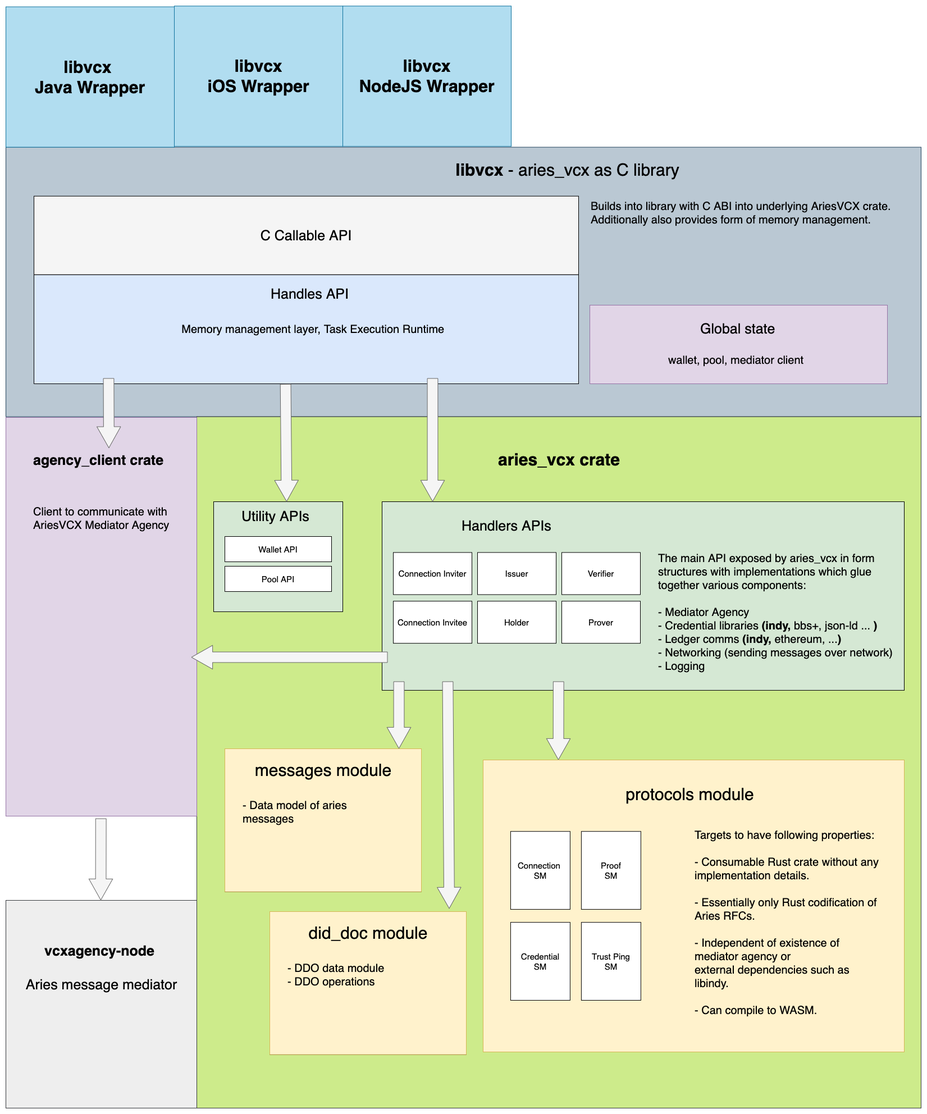
Above: docs/architecture/ariesvcx_architecture_now_150922.png in hyperledger/aries-vcx (draw.io), before the change. Source tidied: cells renumbered, new cells last; positions are measured from the earlier drawing's top-left corner, leaving out a move shared by most shapes.
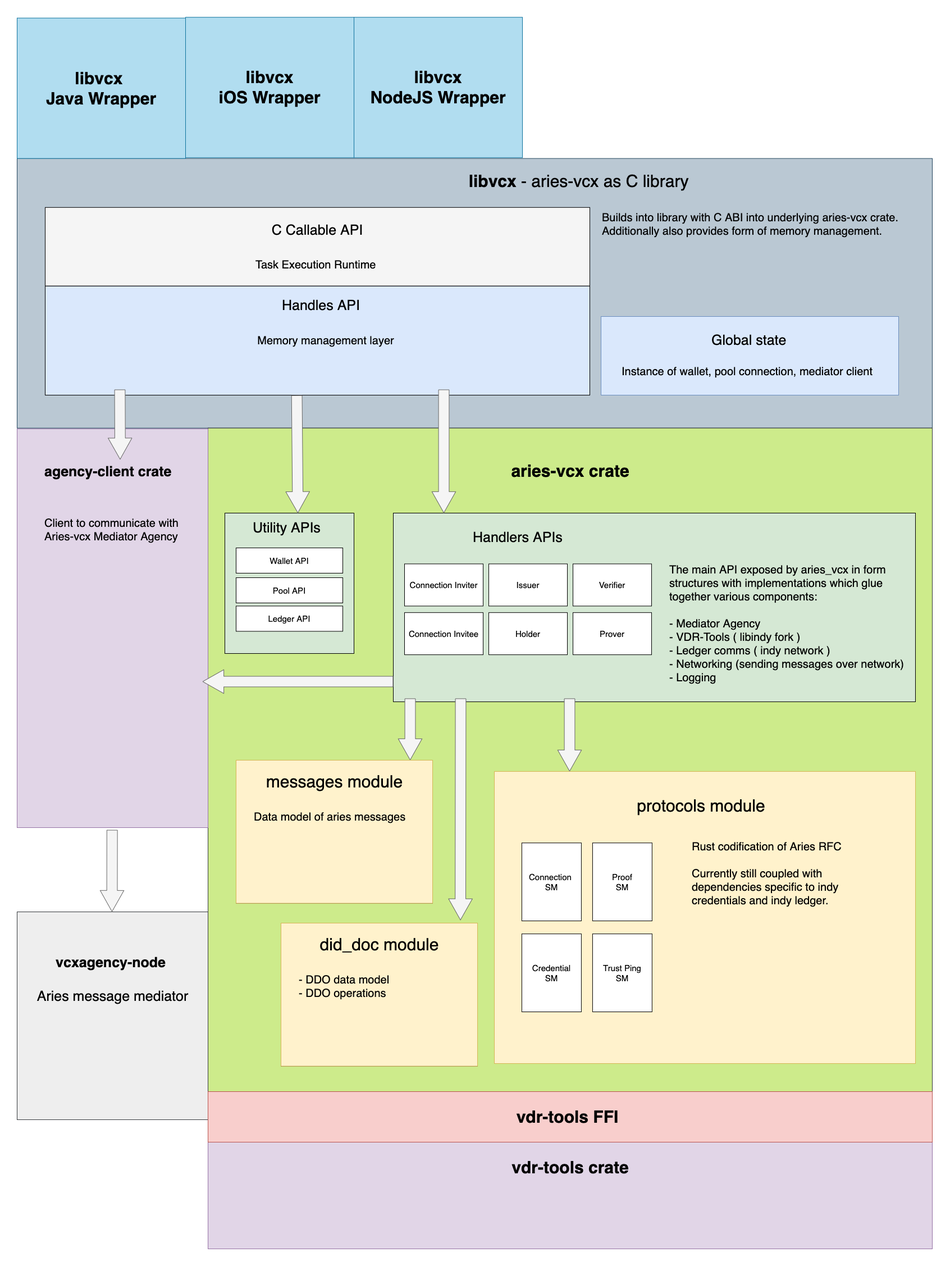
The same file after the commit.

The edit, as a diff of the source:
```diff
@@ -13,3 +13,3 @@
     </mxCell>
-    <mxCell id="5" value="&lt;span style=&quot;color: rgb(0 , 0 , 0)&quot;&gt;&lt;font style=&quot;font-size: 25px&quot;&gt;C Callable API&lt;/font&gt;&lt;/span&gt;" style="rounded=0;whiteSpace=wrap;html=1;fillColor=#f5f5f5;fontColor=#333333;" parent="1" vertex="1">
+    <mxCell id="5" value="&lt;span style=&quot;color: rgb(0 , 0 , 0)&quot;&gt;&lt;font style=&quot;font-size: 25px&quot;&gt;C Callable API&lt;br&gt;&lt;br&gt;&lt;/font&gt;&lt;/span&gt;&lt;span style=&quot;color: rgb(0 , 0 , 0) ; font-size: 20px ; text-align: left&quot;&gt;Task Execution Runtime&amp;nbsp;&lt;/span&gt;&lt;span style=&quot;color: rgb(0 , 0 , 0)&quot;&gt;&lt;font style=&quot;font-size: 25px&quot;&gt;&lt;br&gt;&lt;/font&gt;&lt;/span&gt;" style="rounded=0;whiteSpace=wrap;html=1;fillColor=#f5f5f5;fontColor=#333333;" parent="1" vertex="1">
       <mxGeometry x="50" y="338.8" width="970" height="140" as="geometry" />
@@ -19,3 +19,3 @@
     </mxCell>
-    <mxCell id="7" value="&lt;div style=&quot;text-align: left&quot;&gt;&lt;span style=&quot;font-size: 20px&quot;&gt;Memory management layer, Task Execution Runtime&amp;nbsp;&lt;/span&gt;&lt;/div&gt;" style="text;html=1;strokeColor=none;fillColor=none;align=center;verticalAlign=middle;whiteSpace=wrap;rounded=0;" parent="1" vertex="1">
+    <mxCell id="7" value="&lt;div style=&quot;text-align: left&quot;&gt;&lt;span style=&quot;font-size: 20px&quot;&gt;Memory management layer&lt;/span&gt;&lt;/div&gt;" style="text;html=1;strokeColor=none;fillColor=none;align=center;verticalAlign=middle;whiteSpace=wrap;rounded=0;" parent="1" vertex="1">
       <mxGeometry x="280" y="546.5" width="540" height="58.8" as="geometry" />
@@ -28,3 +28,3 @@
     </mxCell>
-    <mxCell id="10" value="&lt;font size=&quot;1&quot;&gt;&lt;b style=&quot;font-size: 30px&quot;&gt;aries_vcx crate&lt;/b&gt;&lt;/font&gt;" style="text;html=1;align=center;verticalAlign=middle;" parent="1" vertex="1">
+    <mxCell id="10" value="&lt;font size=&quot;1&quot;&gt;&lt;b style=&quot;font-size: 30px&quot;&gt;aries-vcx crate&lt;/b&gt;&lt;/font&gt;" style="text;html=1;align=center;verticalAlign=middle;" parent="1" vertex="1">
       <mxGeometry x="870" y="793" width="230" height="30" as="geometry" />
@@ -50,3 +50,3 @@
     <mxCell id="17" style="rounded=0;whiteSpace=wrap;html=1;fillColor=#d5e8d4;" parent="1" vertex="1">
-      <mxGeometry x="370" y="883" width="230" height="195.9" as="geometry" />
+      <mxGeometry x="370" y="883" width="230" height="250" as="geometry" />
     </mxCell>
@@ -61,9 +61,9 @@
     </mxCell>
-    <mxCell id="21" value="&lt;font style=&quot;font-size: 20px&quot;&gt;The main API exposed by aries_vcx in form&amp;nbsp;&lt;br&gt;structures with implementations which&amp;nbsp;glue&lt;br&gt;together various components:&lt;br&gt;&lt;br&gt;- Mediator Agency&lt;br&gt;- Credential libraries &lt;b&gt;(indy,&amp;nbsp;&lt;/b&gt;bbs+, json-ld ... &lt;b&gt;)&lt;/b&gt;&lt;br&gt;- Ledger comms&amp;nbsp;&lt;b&gt;(indy, &lt;/b&gt;ethereum, ...&lt;b&gt;)&lt;/b&gt;&lt;br&gt;- Networking (sending messages over network)&lt;br&gt;- Logging&lt;br&gt;&lt;/font&gt;" style="text;html=1;align=left;verticalAlign=middle;fillColor=none;" parent="1" vertex="1">
+    <mxCell id="21" value="&lt;font style=&quot;font-size: 20px&quot;&gt;The main API exposed by aries_vcx in form&amp;nbsp;&lt;br&gt;structures with implementations which&amp;nbsp;glue&lt;br&gt;together various components:&lt;br&gt;&lt;br&gt;- Mediator Agency&lt;br&gt;- VDR-Tools ( libindy fork )&lt;br&gt;- Ledger comms ( indy network )&lt;br&gt;- Networking (sending messages over network)&lt;br&gt;- Logging&lt;br&gt;&lt;/font&gt;" style="text;html=1;align=left;verticalAlign=middle;fillColor=none;" parent="1" vertex="1">
       <mxGeometry x="1160" y="1000.2" width="430" height="160" as="geometry" />
     </mxCell>
-    <mxCell id="22" value="&lt;font style=&quot;font-size: 30px&quot;&gt;&lt;b&gt;libvcx&lt;/b&gt;&amp;nbsp;-&amp;nbsp;aries_vcx&lt;b&gt; &lt;/b&gt;as C library&lt;/font&gt;" style="text;html=1;align=center;verticalAlign=middle;" parent="1" vertex="1">
+    <mxCell id="22" value="&lt;font style=&quot;font-size: 30px&quot;&gt;&lt;b&gt;libvcx&lt;/b&gt;&amp;nbsp;-&amp;nbsp;aries-vcx&lt;b&gt; &lt;/b&gt;as C library&lt;/font&gt;" style="text;html=1;align=center;verticalAlign=middle;" parent="1" vertex="1">
       <mxGeometry x="795" y="276.6" width="410" height="30" as="geometry" />
     </mxCell>
-    <mxCell id="23" value="&lt;font style=&quot;font-size: 20px&quot;&gt;Builds into library with C ABI into underlying AriesVCX crate.&lt;br&gt;Additionally also provides form of memory management.&lt;br&gt;&lt;/font&gt;" style="text;whiteSpace=wrap;html=1;" parent="1" vertex="1">
+    <mxCell id="23" value="&lt;font style=&quot;font-size: 20px&quot;&gt;Builds into library with C ABI into underlying aries-vcx crate.&lt;br&gt;Additionally also provides form of memory management.&lt;br&gt;&lt;/font&gt;" style="text;whiteSpace=wrap;html=1;" parent="1" vertex="1">
       <mxGeometry x="1040" y="338.8" width="560" height="119.1" as="geometry" />
@@ -82,4 +82,4 @@
     </mxCell>
-    <mxCell id="28" value="&lt;font style=&quot;font-size: 20px&quot;&gt;&lt;span style=&quot;color: rgb(0 , 0 , 0) ; font-family: &amp;#34;helvetica&amp;#34; ; font-style: normal ; font-weight: 400 ; letter-spacing: normal ; text-align: left ; text-indent: 0px ; text-transform: none ; word-spacing: 0px ; display: inline ; float: none&quot;&gt;Targets to have following properties:&lt;br&gt;&lt;br&gt;- Consumable Rust crate without any implementation&amp;nbsp;&lt;/span&gt;&lt;span style=&quot;color: rgb(0 , 0 , 0) ; font-family: &amp;#34;helvetica&amp;#34; ; font-style: normal ; font-weight: 400 ; letter-spacing: normal ; text-align: left ; text-indent: 0px ; text-transform: none ; word-spacing: 0px ; display: inline ; float: none&quot;&gt;details.&lt;/span&gt;&lt;br style=&quot;color: rgb(0 , 0 , 0) ; font-family: &amp;#34;helvetica&amp;#34; ; font-style: normal ; font-weight: 400 ; letter-spacing: normal ; text-align: left ; text-indent: 0px ; text-transform: none ; word-spacing: 0px&quot;&gt;&lt;span style=&quot;color: rgb(0 , 0 , 0) ; font-family: &amp;#34;helvetica&amp;#34; ; font-style: normal ; font-weight: 400 ; letter-spacing: normal ; text-align: left ; text-indent: 0px ; text-transform: none ; word-spacing: 0px ; display: inline ; float: none&quot;&gt;&lt;br&gt;- Essentially only Rust codification of Aries RFCs.&lt;/span&gt;&lt;br style=&quot;color: rgb(0 , 0 , 0) ; font-family: &amp;#34;helvetica&amp;#34; ; font-style: normal ; font-weight: 400 ; letter-spacing: normal ; text-align: left ; text-indent: 0px ; text-transform: none ; word-spacing: 0px&quot;&gt;&lt;br style=&quot;color: rgb(0 , 0 , 0) ; font-family: &amp;#34;helvetica&amp;#34; ; font-style: normal ; font-weight: 400 ; letter-spacing: normal ; text-align: left ; text-indent: 0px ; text-transform: none ; word-spacing: 0px&quot;&gt;&lt;span style=&quot;color: rgb(0 , 0 , 0) ; font-family: &amp;#34;helvetica&amp;#34; ; font-style: normal ; font-weight: 400 ; letter-spacing: normal ; text-align: left ; text-indent: 0px ; text-transform: none ; word-spacing: 0px ; display: inline ; float: none&quot;&gt;- Independent of existence of mediator agency or external&amp;nbsp;&lt;/span&gt;&lt;span style=&quot;color: rgb(0 , 0 , 0) ; font-family: &amp;#34;helvetica&amp;#34; ; font-style: normal ; font-weight: 400 ; letter-spacing: normal ; text-align: left ; text-indent: 0px ; text-transform: none ; word-spacing: 0px ; display: inline ; float: none&quot;&gt;dependencies such as libindy.&lt;/span&gt;&lt;br style=&quot;color: rgb(0 , 0 , 0) ; font-family: &amp;#34;helvetica&amp;#34; ; font-style: normal ; font-weight: 400 ; letter-spacing: normal ; text-align: left ; text-indent: 0px ; text-transform: none ; word-spacing: 0px&quot;&gt;&lt;br style=&quot;color: rgb(0 , 0 , 0) ; font-family: &amp;#34;helvetica&amp;#34; ; font-style: normal ; font-weight: 400 ; letter-spacing: normal ; text-align: left ; text-indent: 0px ; text-transform: none ; word-spacing: 0px&quot;&gt;&lt;span style=&quot;color: rgb(0 , 0 , 0) ; font-family: &amp;#34;helvetica&amp;#34; ; font-style: normal ; font-weight: 400 ; letter-spacing: normal ; text-align: left ; text-indent: 0px ; text-transform: none ; word-spacing: 0px ; display: inline ; float: none&quot;&gt;- Can compile to WASM.&amp;nbsp;&lt;/span&gt;&lt;/font&gt;" style="text;whiteSpace=wrap;html=1;" parent="24" vertex="1">
-      <mxGeometry x="375" y="115.7" width="336.3" height="274.6" as="geometry" />
+    <mxCell id="28" value="&lt;font style=&quot;font-size: 20px&quot;&gt;&lt;span style=&quot;color: rgb(0 , 0 , 0) ; font-family: &amp;#34;helvetica&amp;#34; ; font-style: normal ; font-weight: 400 ; letter-spacing: normal ; text-align: left ; text-indent: 0px ; text-transform: none ; word-spacing: 0px ; display: inline ; float: none&quot;&gt;Rust codification of Aries RFC&lt;br&gt;&lt;/span&gt;&lt;br&gt;Currently still coupled with dependencies specific to indy credentials and indy ledger.&lt;br style=&quot;color: rgb(0 , 0 , 0) ; font-family: &amp;#34;helvetica&amp;#34; ; font-style: normal ; font-weight: 400 ; letter-spacing: normal ; text-align: left ; text-indent: 0px ; text-transform: none ; word-spacing: 0px&quot;&gt;&lt;br&gt;&lt;/font&gt;" style="text;whiteSpace=wrap;html=1;" parent="24" vertex="1">
+      <mxGeometry x="350" y="115.7" width="361.3" height="184.3" as="geometry" />
     </mxCell>
@@ -100,9 +100,9 @@
     </mxCell>
-    <mxCell id="34" value="&lt;b style=&quot;color: rgb(0 , 0 , 0) ; font-family: &amp;#34;helvetica&amp;#34; ; font-size: 12px ; font-style: normal ; letter-spacing: normal ; text-align: center ; text-indent: 0px ; text-transform: none ; word-spacing: 0px&quot;&gt;&lt;font style=&quot;font-size: 25px&quot;&gt;agency_client crate&lt;/font&gt;&lt;/b&gt;" style="text;whiteSpace=wrap;html=1;" parent="32" vertex="1">
+    <mxCell id="34" value="&lt;b style=&quot;color: rgb(0 , 0 , 0) ; font-family: &amp;#34;helvetica&amp;#34; ; font-size: 12px ; font-style: normal ; letter-spacing: normal ; text-align: center ; text-indent: 0px ; text-transform: none ; word-spacing: 0px&quot;&gt;&lt;font style=&quot;font-size: 25px&quot;&gt;agency-client crate&lt;/font&gt;&lt;/b&gt;" style="text;whiteSpace=wrap;html=1;" parent="32" vertex="1">
       <mxGeometry x="47.4" y="54.6" width="271.9" height="81.9" as="geometry" />
     </mxCell>
-    <mxCell id="35" value="&lt;font style=&quot;color: rgb(0 , 0 , 0) ; font-style: normal ; font-weight: 400 ; letter-spacing: normal ; text-align: left ; text-indent: 0px ; text-transform: none ; word-spacing: 0px ; font-family: &amp;#34;helvetica&amp;#34; ; font-size: 20px&quot;&gt;&lt;span&gt;Client to communicate with AriesVCX Mediator Agency&lt;/span&gt;&lt;span style=&quot;color: rgb(0 , 0 , 0) ; font-family: &amp;#34;helvetica&amp;#34; ; font-style: normal ; font-weight: 400 ; letter-spacing: normal ; text-align: left ; text-indent: 0px ; text-transform: none ; word-spacing: 0px&quot;&gt;&lt;br&gt;&lt;/span&gt;&lt;/font&gt;" style="text;whiteSpace=wrap;html=1;" parent="32" vertex="1">
+    <mxCell id="35" value="&lt;font style=&quot;color: rgb(0 , 0 , 0) ; font-style: normal ; font-weight: 400 ; letter-spacing: normal ; text-align: left ; text-indent: 0px ; text-transform: none ; word-spacing: 0px ; font-family: &amp;#34;helvetica&amp;#34; ; font-size: 20px&quot;&gt;Client to communicate with&lt;br&gt;Aries-vcx Mediator Agency&lt;span style=&quot;color: rgb(0 , 0 , 0) ; font-family: &amp;#34;helvetica&amp;#34; ; font-style: normal ; font-weight: 400 ; letter-spacing: normal ; text-align: left ; text-indent: 0px ; text-transform: none ; word-spacing: 0px&quot;&gt;&lt;br&gt;&lt;/span&gt;&lt;/font&gt;" style="text;whiteSpace=wrap;html=1;" parent="32" vertex="1">
       <mxGeometry x="47.5" y="150" width="313.2" height="382.3" as="geometry" />
     </mxCell>
-    <mxCell id="36" style="rounded=0;whiteSpace=wrap;html=1;fillColor=#e1d5e7;strokeColor=#9673a6;" parent="1" vertex="1">
+    <mxCell id="36" style="rounded=0;whiteSpace=wrap;html=1;fillColor=#dae8fc;strokeColor=#6c8ebf;" parent="1" vertex="1">
       <mxGeometry x="1040" y="533" width="530" height="140" as="geometry" />
@@ -112,3 +112,3 @@
     </mxCell>
-    <mxCell id="38" value="&lt;div style=&quot;text-align: left&quot;&gt;&lt;span style=&quot;font-size: 20px&quot;&gt;wallet, pool, mediator client&lt;/span&gt;&lt;/div&gt;" style="text;html=1;strokeColor=none;fillColor=none;align=center;verticalAlign=middle;whiteSpace=wrap;rounded=0;" parent="1" vertex="1">
+    <mxCell id="38" value="&lt;div style=&quot;text-align: left&quot;&gt;&lt;span style=&quot;font-size: 20px&quot;&gt;Instance of wallet, pool connection, mediator client&lt;/span&gt;&lt;/div&gt;" style="text;html=1;strokeColor=none;fillColor=none;align=center;verticalAlign=middle;whiteSpace=wrap;rounded=0;" parent="1" vertex="1">
       <mxGeometry x="1050" y="623" width="500.6" height="15.1" as="geometry" />
@@ -144,4 +144,4 @@
     </mxCell>
-    <mxCell id="47" value="&lt;font face=&quot;helvetica&quot;&gt;&lt;span style=&quot;font-size: 20px&quot;&gt;- Data model of aries messages&lt;/span&gt;&lt;/font&gt;" style="text;whiteSpace=wrap;html=1;" parent="44" vertex="1">
-      <mxGeometry x="29.5" y="83.2" width="247.8" height="101.3" as="geometry" />
+    <mxCell id="47" value="&lt;font face=&quot;helvetica&quot;&gt;&lt;span style=&quot;font-size: 20px&quot;&gt;Data model of aries messages&lt;/span&gt;&lt;/font&gt;" style="text;whiteSpace=wrap;html=1;" parent="44" vertex="1">
+      <mxGeometry x="29.5" y="83.2" width="290.5" height="101.3" as="geometry" />
     </mxCell>
@@ -149,3 +149,3 @@
       <mxGeometry relative="1" as="geometry">
-        <mxPoint x="700" y="1203" as="sourcePoint" />
+        <mxPoint x="700" y="1213" as="sourcePoint" />
         <mxPoint x="700" y="1323" as="targetPoint" />
@@ -155,3 +155,3 @@
       <mxGeometry relative="1" as="geometry">
-        <mxPoint x="984.2" y="1203" as="sourcePoint" />
+        <mxPoint x="984" y="1213" as="sourcePoint" />
         <mxPoint x="984" y="1343" as="targetPoint" />
@@ -168,3 +168,3 @@
     </mxCell>
-    <mxCell id="53" value="&lt;font face=&quot;helvetica&quot;&gt;&lt;span style=&quot;font-size: 20px&quot;&gt;- DDO data module&lt;br&gt;- DDO operations&lt;br&gt;&lt;/span&gt;&lt;/font&gt;" style="text;whiteSpace=wrap;html=1;" parent="50" vertex="1">
+    <mxCell id="53" value="&lt;font face=&quot;helvetica&quot;&gt;&lt;span style=&quot;font-size: 20px&quot;&gt;- DDO data model&lt;br&gt;- DDO operations&lt;br&gt;&lt;/span&gt;&lt;/font&gt;" style="text;whiteSpace=wrap;html=1;" parent="50" vertex="1">
       <mxGeometry x="29.5" y="83.2" width="247.8" height="101.3" as="geometry" />
@@ -173,3 +173,3 @@
       <mxGeometry relative="1" as="geometry">
-        <mxPoint x="787" y="1203" as="sourcePoint" />
+        <mxPoint x="790" y="1213" as="sourcePoint" />
       </mxGeometry>
@@ -183,4 +183,4 @@
       <mxGeometry relative="1" as="geometry">
-        <mxPoint x="680" y="1160" as="sourcePoint" />
-        <mxPoint x="330" y="1160" as="targetPoint" />
+        <mxPoint x="670" y="1183" as="sourcePoint" />
+        <mxPoint x="330" y="1183" as="targetPoint" />
       </mxGeometry>
@@ -199,2 +199,17 @@
     </mxCell>
+    <mxCell id="60" style="rounded=0;whiteSpace=wrap;html=1;fillColor=#e1d5e7;strokeColor=#9673a6;" parent="1" vertex="1">
+      <mxGeometry x="340" y="1963" width="1290" height="230" as="geometry" />
+    </mxCell>
+    <mxCell id="61" value="&lt;font size=&quot;1&quot;&gt;&lt;b style=&quot;font-size: 30px&quot;&gt;vdr-tools crate&lt;/b&gt;&lt;/font&gt;" style="text;html=1;align=center;verticalAlign=middle;" parent="1" vertex="1">
+      <mxGeometry x="875" y="2033" width="220" height="30" as="geometry" />
+    </mxCell>
+    <mxCell id="62" style="rounded=0;whiteSpace=wrap;html=1;fillColor=#f8cecc;strokeColor=#b85450;" parent="1" vertex="1">
+      <mxGeometry x="340" y="1913" width="1290" height="90" as="geometry" />
+    </mxCell>
+    <mxCell id="63" value="&lt;font size=&quot;1&quot;&gt;&lt;b style=&quot;font-size: 30px&quot;&gt;vdr-tools FFI&lt;/b&gt;&lt;/font&gt;" style="text;html=1;align=center;verticalAlign=middle;" parent="1" vertex="1">
+      <mxGeometry x="880" y="1943" width="200" height="30" as="geometry" />
+    </mxCell>
+    <mxCell id="64" value="&lt;font style=&quot;font-size: 15px&quot;&gt;Ledger API&lt;/font&gt;" style="rounded=0;whiteSpace=wrap;html=1;" parent="1" vertex="1">
+      <mxGeometry x="390" y="1048.5" width="190" height="45" as="geometry" />
+    </mxCell>
   </root>
```
